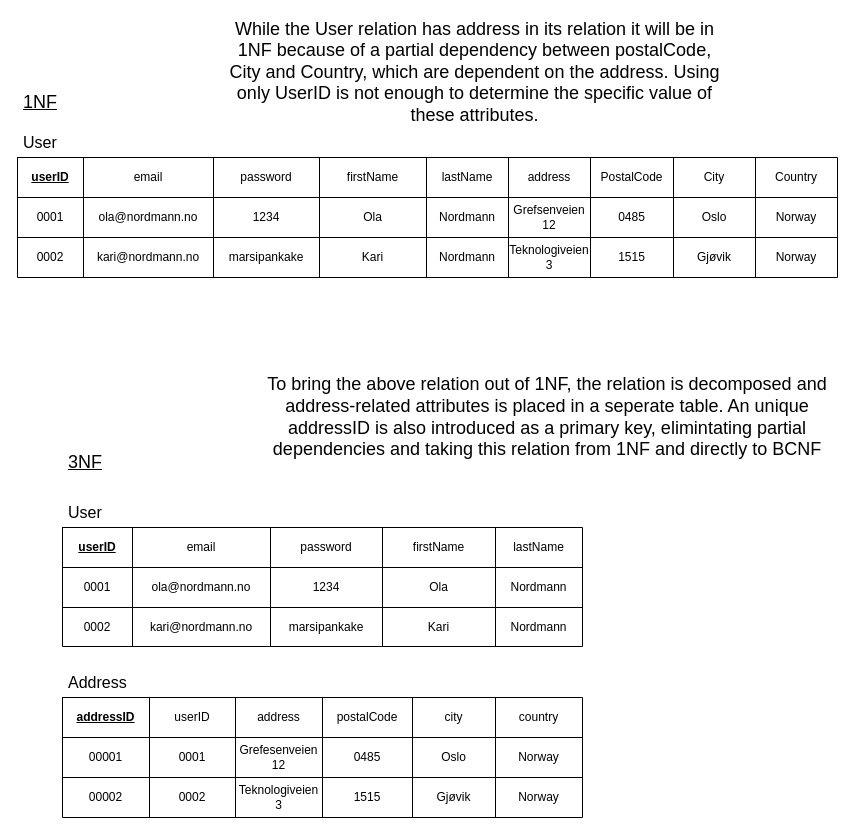
Above: page "User 1NF, 3NF, BCF" (4 of 8) of database-models/ER_models.drawio in emilkle/electromart-ecom-website (draw.io), before the change. Source tidied: cells renumbered, new cells numbered last; positions are measured from the earlier drawing's top-left corner, leaving out a move shared by most shapes. Both pictures are drawn from the tidied source at 100%, with x=0, y=0 at pixel (17, 17).
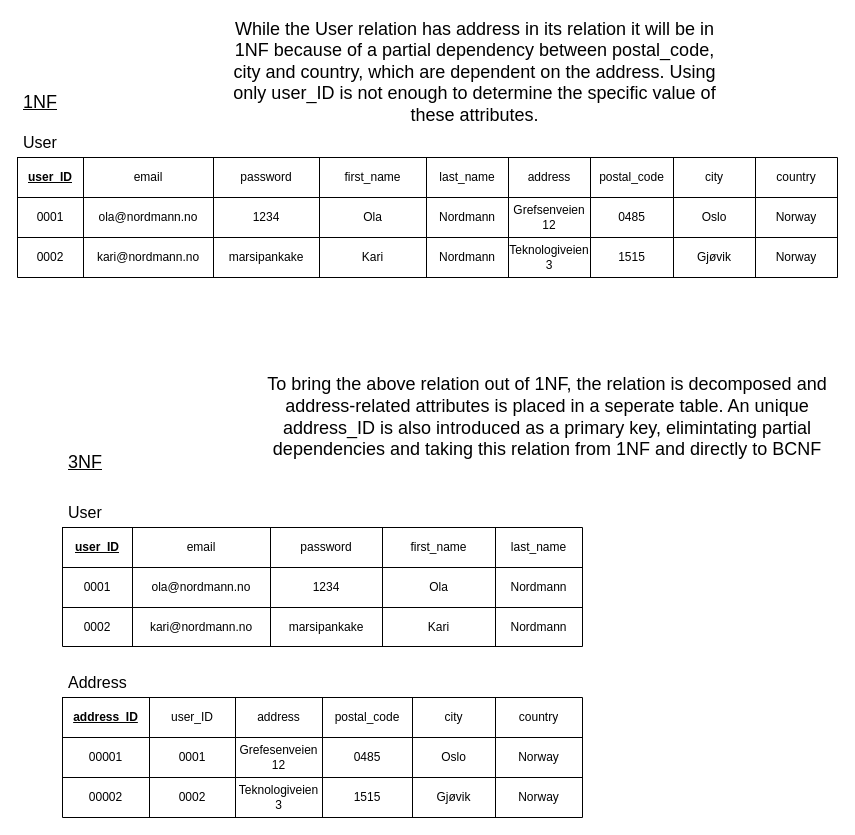
After the change.

Commit message (it also covers changes not shown here):
Added final changes to database design schemas and added snake case for all attributes.

The change refers to these unchanged cells:
```xml
<mxCell id="6" style="shape=tableRow;horizontal=0;startSize=0;swimlaneHead=0;swimlaneBody=0;top=0;left=0;bottom=0;right=0;fillColor=none;" parent="5" vertex="1">
  <mxGeometry width="820" height="40" as="geometry" />
</mxCell>
<mxCell id="39" style="shape=tableRow;horizontal=0;startSize=0;swimlaneHead=0;swimlaneBody=0;top=0;left=0;bottom=0;right=0;fillColor=none;" parent="38" vertex="1">
  <mxGeometry width="520" height="40" as="geometry" />
</mxCell>
<mxCell id="63" style="shape=tableRow;horizontal=0;startSize=0;swimlaneHead=0;swimlaneBody=0;top=0;left=0;bottom=0;right=0;fillColor=none;" parent="62" vertex="1">
  <mxGeometry width="520" height="40" as="geometry" />
</mxCell>
```

What changed in the source:
```diff
@@
-    <mxCell id="7" value="&lt;b&gt;&lt;u&gt;userID&lt;/u&gt;&lt;/b&gt;" style="shape=partialRectangle;html=1;whiteSpace=wrap;fillColor=none;top=0;left=0;bottom=0;right=0;overflow=hidden;" parent="6" vertex="1">
+    <mxCell id="7" value="&lt;b&gt;&lt;u&gt;user_ID&lt;/u&gt;&lt;/b&gt;" style="shape=partialRectangle;html=1;whiteSpace=wrap;fillColor=none;top=0;left=0;bottom=0;right=0;overflow=hidden;" parent="6" vertex="1">
       <mxGeometry width="66" height="40" as="geometry" />
     </mxCell>
@@
-    <mxCell id="10" value="firstName" style="shape=partialRectangle;html=1;whiteSpace=wrap;fillColor=none;top=0;left=0;bottom=0;right=0;overflow=hidden;" parent="6" vertex="1">
+    <mxCell id="10" value="first_name" style="shape=partialRectangle;html=1;whiteSpace=wrap;fillColor=none;top=0;left=0;bottom=0;right=0;overflow=hidden;" parent="6" vertex="1">
       <mxGeometry x="302" width="107" height="40" as="geometry" />
     </mxCell>
-    <mxCell id="11" value="lastName" style="shape=partialRectangle;html=1;whiteSpace=wrap;fillColor=none;top=0;left=0;bottom=0;right=0;overflow=hidden;" parent="6" vertex="1">
+    <mxCell id="11" value="last_name" style="shape=partialRectangle;html=1;whiteSpace=wrap;fillColor=none;top=0;left=0;bottom=0;right=0;overflow=hidden;" parent="6" vertex="1">
       <mxGeometry x="409" width="82" height="40" as="geometry" />
     </mxCell>
@@
-    <mxCell id="13" value="PostalCode" style="shape=partialRectangle;html=1;whiteSpace=wrap;fillColor=none;top=0;left=0;bottom=0;right=0;overflow=hidden;" parent="6" vertex="1">
+    <mxCell id="13" value="postal_code" style="shape=partialRectangle;html=1;whiteSpace=wrap;fillColor=none;top=0;left=0;bottom=0;right=0;overflow=hidden;" parent="6" vertex="1">
       <mxGeometry x="573" width="83" height="40" as="geometry" />
     </mxCell>
-    <mxCell id="14" value="City" style="shape=partialRectangle;html=1;whiteSpace=wrap;fillColor=none;top=0;left=0;bottom=0;right=0;overflow=hidden;" parent="6" vertex="1">
+    <mxCell id="14" value="city" style="shape=partialRectangle;html=1;whiteSpace=wrap;fillColor=none;top=0;left=0;bottom=0;right=0;overflow=hidden;" parent="6" vertex="1">
       <mxGeometry x="656" width="82" height="40" as="geometry" />
     </mxCell>
-    <mxCell id="15" value="Country" style="shape=partialRectangle;html=1;whiteSpace=wrap;fillColor=none;top=0;left=0;bottom=0;right=0;overflow=hidden;" parent="6" vertex="1">
+    <mxCell id="15" value="country" style="shape=partialRectangle;html=1;whiteSpace=wrap;fillColor=none;top=0;left=0;bottom=0;right=0;overflow=hidden;" parent="6" vertex="1">
       <mxGeometry x="738" width="82" height="40" as="geometry" />
     </mxCell>
@@
-    <mxCell id="40" value="&lt;b&gt;&lt;u&gt;addressID&lt;/u&gt;&lt;/b&gt;" style="shape=partialRectangle;html=1;whiteSpace=wrap;fillColor=none;top=0;left=0;bottom=0;right=0;overflow=hidden;" parent="39" vertex="1">
+    <mxCell id="40" value="&lt;b&gt;&lt;u&gt;address_ID&lt;/u&gt;&lt;/b&gt;" style="shape=partialRectangle;html=1;whiteSpace=wrap;fillColor=none;top=0;left=0;bottom=0;right=0;overflow=hidden;" parent="39" vertex="1">
       <mxGeometry width="87" height="40" as="geometry" />
     </mxCell>
-    <mxCell id="41" value="userID" style="shape=partialRectangle;html=1;whiteSpace=wrap;fillColor=none;top=0;left=0;bottom=0;right=0;overflow=hidden;" parent="39" vertex="1">
+    <mxCell id="41" value="user_ID" style="shape=partialRectangle;html=1;whiteSpace=wrap;fillColor=none;top=0;left=0;bottom=0;right=0;overflow=hidden;" parent="39" vertex="1">
       <mxGeometry x="87" width="86" height="40" as="geometry" />
     </mxCell>
@@
-    <mxCell id="43" value="postalCode" style="shape=partialRectangle;html=1;whiteSpace=wrap;fillColor=none;top=0;left=0;bottom=0;right=0;overflow=hidden;" parent="39" vertex="1">
+    <mxCell id="43" value="postal_code" style="shape=partialRectangle;html=1;whiteSpace=wrap;fillColor=none;top=0;left=0;bottom=0;right=0;overflow=hidden;" parent="39" vertex="1">
       <mxGeometry x="260" width="90" height="40" as="geometry" />
     </mxCell>
@@
-    <mxCell id="64" value="&lt;b&gt;&lt;u&gt;userID&lt;/u&gt;&lt;/b&gt;" style="shape=partialRectangle;html=1;whiteSpace=wrap;fillColor=none;top=0;left=0;bottom=0;right=0;overflow=hidden;" parent="63" vertex="1">
+    <mxCell id="64" value="&lt;b&gt;&lt;u&gt;user_ID&lt;/u&gt;&lt;/b&gt;" style="shape=partialRectangle;html=1;whiteSpace=wrap;fillColor=none;top=0;left=0;bottom=0;right=0;overflow=hidden;" parent="63" vertex="1">
       <mxGeometry width="70" height="40" as="geometry" />
     </mxCell>
@@
-    <mxCell id="67" value="firstName" style="shape=partialRectangle;html=1;whiteSpace=wrap;fillColor=none;top=0;left=0;bottom=0;right=0;overflow=hidden;" parent="63" vertex="1">
+    <mxCell id="67" value="first_name" style="shape=partialRectangle;html=1;whiteSpace=wrap;fillColor=none;top=0;left=0;bottom=0;right=0;overflow=hidden;" parent="63" vertex="1">
       <mxGeometry x="320" width="113" height="40" as="geometry" />
     </mxCell>
-    <mxCell id="68" value="lastName" style="shape=partialRectangle;html=1;whiteSpace=wrap;fillColor=none;top=0;left=0;bottom=0;right=0;overflow=hidden;" parent="63" vertex="1">
+    <mxCell id="68" value="last_name" style="shape=partialRectangle;html=1;whiteSpace=wrap;fillColor=none;top=0;left=0;bottom=0;right=0;overflow=hidden;" parent="63" vertex="1">
       <mxGeometry x="433" width="87" height="40" as="geometry" />
     </mxCell>
@@
-    <mxCell id="82" value="While the User relation has address in its relation it will be in 1NF because of a partial dependency between postalCode, City and Country, which are dependent on the address. Using only UserID is not enough to determine the specific value of these attributes." style="text;html=1;strokeColor=none;fillColor=none;align=center;verticalAlign=middle;whiteSpace=wrap;rounded=0;fontSize=18;" parent="1" vertex="1">
+    <mxCell id="82" value="While the User relation has address in its relation it will be in 1NF because of a partial dependency between postal_code, city and country, which are dependent on the address. Using only user_ID is not enough to determine the specific value of these attributes." style="text;html=1;strokeColor=none;fillColor=none;align=center;verticalAlign=middle;whiteSpace=wrap;rounded=0;fontSize=18;" parent="1" vertex="1">
       <mxGeometry x="205" width="505" height="110" as="geometry" />
     </mxCell>
-    <mxCell id="83" value="To bring the above relation out of 1NF, the relation is decomposed and address-related attributes is placed in a seperate table. An unique addressID is also introduced as a primary key, elimintating partial dependencies and taking this relation from 1NF and directly to BCNF" style="text;html=1;strokeColor=none;fillColor=none;align=center;verticalAlign=middle;whiteSpace=wrap;rounded=0;fontSize=18;" parent="1" vertex="1">
+    <mxCell id="83" value="To bring the above relation out of 1NF, the relation is decomposed and address-related attributes is placed in a seperate table. An unique address_ID is also introduced as a primary key, elimintating partial dependencies and taking this relation from 1NF and directly to BCNF" style="text;html=1;strokeColor=none;fillColor=none;align=center;verticalAlign=middle;whiteSpace=wrap;rounded=0;fontSize=18;" parent="1" vertex="1">
       <mxGeometry x="245" y="320" width="570" height="160" as="geometry" />
     </mxCell>
```
